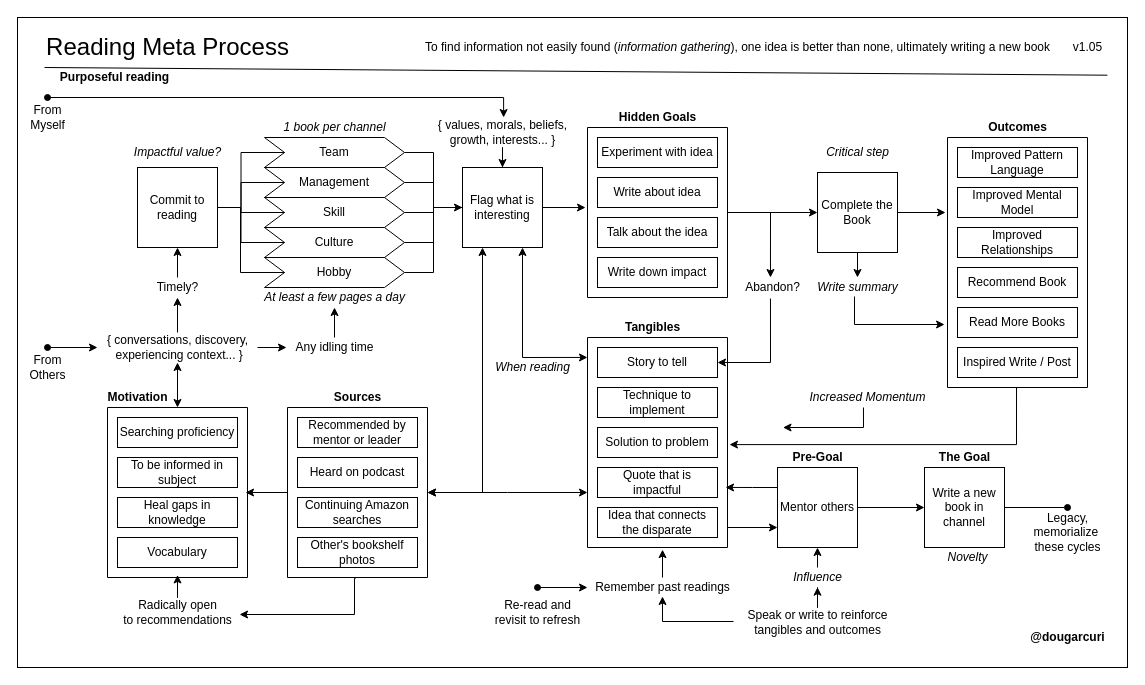
The draw.io diagram books/diagrams/reading-process.drawio in solidi/learning-notes, before the edit. Source tidied: cells renumbered, new cells numbered last; positions are measured from the earlier drawing's top-left corner, leaving out a move shared by most shapes. Both pictures are drawn from the tidied source at 100%, with x=0, y=0 at pixel (17, 17).
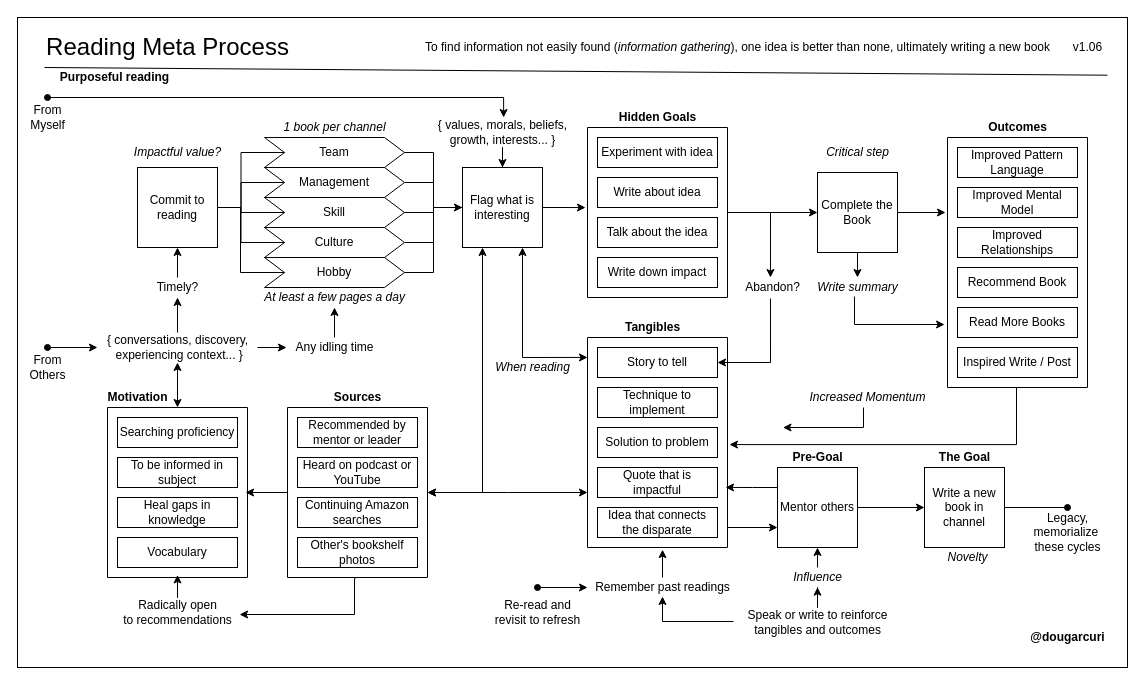
The same diagram, later.

Commit message (it also covers changes not shown here):
Add YouTube to sources in reading

Diff of the diagram source:
```diff
@@
-    <mxCell id="25" value="v1.05" style="text;html=1;align=center;verticalAlign=middle;" parent="1" vertex="1">
+    <mxCell id="25" value="v1.06" style="text;html=1;align=center;verticalAlign=middle;" parent="1" vertex="1">
       <mxGeometry x="1050" y="20" width="40" height="20" as="geometry" />
     </mxCell>
@@
-    <mxCell id="69" value="Heard on podcast" style="rounded=0;whiteSpace=wrap;html=1;" parent="1" vertex="1">
+    <mxCell id="69" value="Heard on podcast or YouTube" style="rounded=0;whiteSpace=wrap;html=1;" parent="1" vertex="1">
       <mxGeometry x="280" y="440" width="120" height="30" as="geometry" />
     </mxCell>
```
